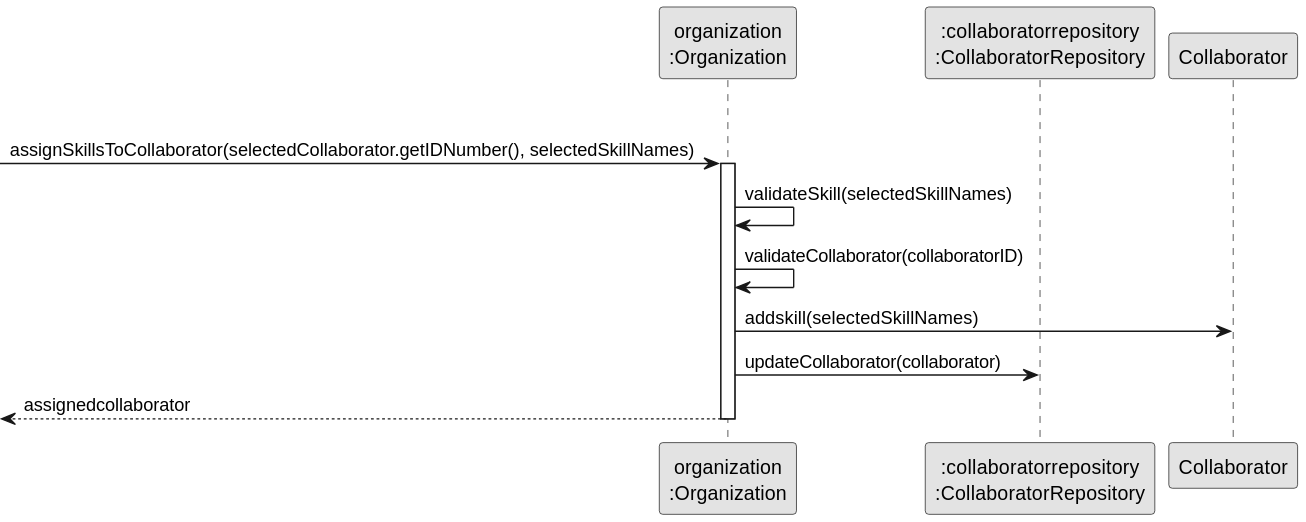
Before: docs/sprint3/us004/03.design/svg/us004-sequence-diagram-partial-assign-skill.svg, a diagram exported from PlantUML (tiagosoa/lei-24-s2-1dgh-g073). Source of this version:
```plantuml
@startuml
skinparam monochrome true
skinparam packageStyle rectangle
skinparam shadowing false

participant "organization\n:Organization" as ORG
participant ":collaboratorrepository\n:CollaboratorRepository" as CR
participant "Collaborator" as COLABORADOR

    group Assign Skill
            -> ORG: assignSkillsToCollaborator(selectedCollaborator.getIDNumber(), selectedSkillNames)
            activate ORG



                    ORG -> ORG: validateSkill(selectedSkillNames)
                    ORG -> ORG: validateCollaborator(collaboratorID)
                ORG -> COLABORADOR: addskill(selectedSkillNames)
                ORG -> CR: updateCollaborator(collaborator)


               <-- ORG : assignedcollaborator

            deactivate ORG


                        deactivate ORG
@enduml
```
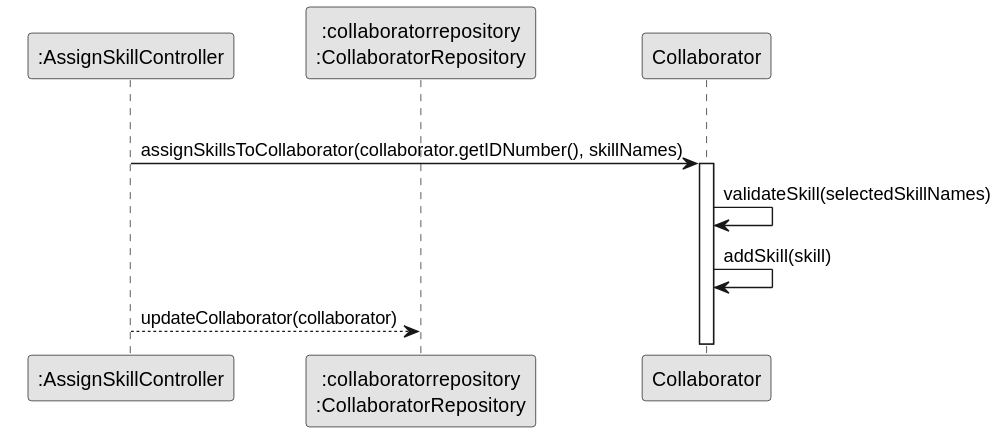
Later version of the same file.

What changed in the source:
```diff
@@ -3,26 +3,20 @@
 skinparam packageStyle rectangle
 skinparam shadowing false
 
-participant "organization\n:Organization" as ORG
+participant ":AssignSkillController" as CTRL
 participant ":collaboratorrepository\n:CollaboratorRepository" as CR
 participant "Collaborator" as COLABORADOR
 
     group Assign Skill
-            -> ORG: assignSkillsToCollaborator(selectedCollaborator.getIDNumber(), selectedSkillNames)
-            activate ORG
+    CTRL -> COLABORADOR: assignSkillsToCollaborator(collaborator.getIDNumber(), skillNames)
+    activate COLABORADOR
+COLABORADOR -> COLABORADOR: validateSkill(selectedSkillNames)
+                                COLABORADOR -> COLABORADOR: addSkill(skill)
 
 
 
-                    ORG -> ORG: validateSkill(selectedSkillNames)
-                    ORG -> ORG: validateCollaborator(collaboratorID)
-                ORG -> COLABORADOR: addskill(selectedSkillNames)
-                ORG -> CR: updateCollaborator(collaborator)
 
 
-               <-- ORG : assignedcollaborator
-
-            deactivate ORG
-
-
-                        deactivate ORG
+                        CTRL --> CR: updateCollaborator(collaborator)
+                        deactivate CR
 @enduml
```
